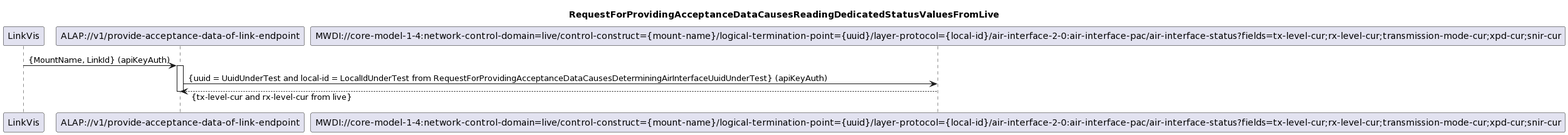
Earlier version of the PlantUML export spec/diagrams/ProvideAcceptanceDataOfLinkEndpoint/104_ReadingDedicatedStatusFromLive.png (openBackhaul/AccessPlanningToolProxy).
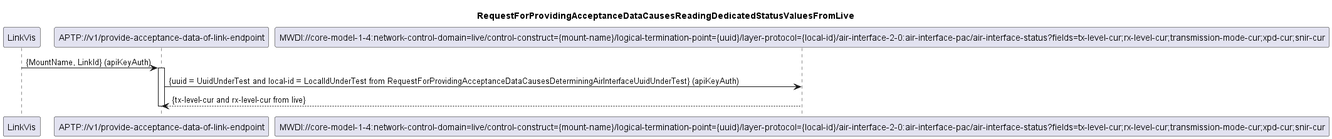
Later version of the same file.

What changed in the source:
```diff
@@ -1,4 +1,4 @@
-@startuml
+@startuml 104_ReadingDedicatedStatusFromLive
 skinparam responseMessageBelowArrow true
 
 title
@@ -6,14 +6,15 @@
 end title
 
 participant "LinkVis" as LinkVis
-participant "ALAP://v1/provide-acceptance-data-of-link-endpoint" as ALAP
+participant "APTP://v1/provide-acceptance-data-of-link-endpoint" as APTP
 participant "MWDI://core-model-1-4:network-control-domain=live/control-construct={mount-name}/logical-termination-point={uuid}/layer-protocol={local-id}/air-interface-2-0:air-interface-pac/air-interface-status?fields=tx-level-cur;rx-level-cur;transmission-mode-cur;xpd-cur;snir-cur" as MwdiStatus
 
-LinkVis -> ALAP: {MountName, LinkId} (apiKeyAuth)
-activate ALAP
+LinkVis -> APTP: {MountName, LinkId} (apiKeyAuth)
+activate APTP
 
-ALAP -> MwdiStatus: {uuid = UuidUnderTest and local-id = LocalIdUnderTest from RequestForProvidingAcceptanceDataCausesDeterminingAirInterfaceUuidUnderTest} (apiKeyAuth)
-MwdiStatus --> ALAP: {tx-level-cur and rx-level-cur from live}
+APTP -> MwdiStatus: {uuid = UuidUnderTest and local-id = LocalIdUnderTest from RequestForProvidingAcceptanceDataCausesDeterminingAirInterfaceUuidUnderTest} (apiKeyAuth)
+MwdiStatus --> APTP: {tx-level-cur and rx-level-cur from live}
 
-deactivate ALAP
+deactivate APTP
+
 @enduml
```
